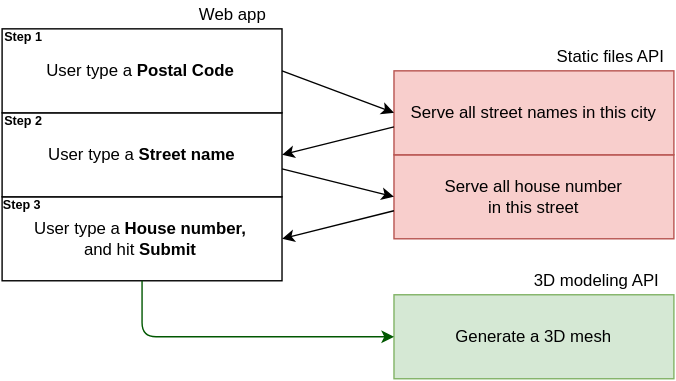
Earlier version of the draw.io export doc/form_seemless_geocoding.svg (Joffreybvn/3D_houses). Source tidied: cells renumbered, new cells last; positions are measured from the earlier drawing's top-left corner, leaving out a move shared by most shapes. The source it was exported from:
```xml
<mxGraphModel>
  <root>
    <mxCell id="0" />
    <mxCell id="1" parent="0" />
    <mxCell id="2" style="rounded=0;whiteSpace=wrap;html=1;fillColor=#f8cecc;strokeColor=#b85450;" parent="1" vertex="1">
      <mxGeometry x="281" y="110" width="200" height="60" as="geometry" />
    </mxCell>
    <mxCell id="3" style="rounded=0;whiteSpace=wrap;html=1;" parent="1" vertex="1">
      <mxGeometry x="1" y="140" width="200" height="60" as="geometry" />
    </mxCell>
    <mxCell id="4" style="rounded=0;whiteSpace=wrap;html=1;" parent="1" vertex="1">
      <mxGeometry x="1" y="80" width="200" height="60" as="geometry" />
    </mxCell>
    <mxCell id="5" style="rounded=0;whiteSpace=wrap;html=1;" parent="1" vertex="1">
      <mxGeometry x="1" y="20" width="200" height="60" as="geometry" />
    </mxCell>
    <mxCell id="6" style="rounded=0;whiteSpace=wrap;html=1;fillColor=#f8cecc;strokeColor=#b85450;" parent="1" vertex="1">
      <mxGeometry x="281" y="50" width="200" height="60" as="geometry" />
    </mxCell>
    <mxCell id="7" value="User type a &lt;b&gt;Postal Code&lt;/b&gt;" style="text;html=1;strokeColor=none;fillColor=none;align=center;verticalAlign=middle;whiteSpace=wrap;rounded=0;" parent="1" vertex="1">
      <mxGeometry y="40" width="200" height="20" as="geometry" />
    </mxCell>
    <mxCell id="8" value="Web app" style="text;html=1;strokeColor=none;fillColor=none;align=center;verticalAlign=middle;whiteSpace=wrap;rounded=0;" parent="1" vertex="1">
      <mxGeometry x="131" width="70" height="20" as="geometry" />
    </mxCell>
    <mxCell id="9" value="Static files API" style="text;html=1;strokeColor=none;fillColor=none;align=center;verticalAlign=middle;whiteSpace=wrap;rounded=0;" parent="1" vertex="1">
      <mxGeometry x="391" y="30" width="90" height="20" as="geometry" />
    </mxCell>
    <mxCell id="10" style="endArrow=classic;html=1;entryX=0;entryY=0.5;entryDx=0;entryDy=0;" parent="1" edge="1" target="11">
      <mxGeometry relative="1" as="geometry">
        <mxPoint x="201" y="50" as="sourcePoint" />
      </mxGeometry>
    </mxCell>
    <mxCell id="11" value="Serve all street names in this city" style="text;html=1;strokeColor=none;fillColor=none;align=center;verticalAlign=middle;whiteSpace=wrap;rounded=0;" parent="1" vertex="1">
      <mxGeometry x="281" y="70" width="200" height="20" as="geometry" />
    </mxCell>
    <mxCell id="12" style="endArrow=classic;html=1;exitX=0;exitY=1;exitDx=0;exitDy=0;entryX=1;entryY=0.5;entryDx=0;entryDy=0;" parent="1" edge="1" source="11" target="13">
      <mxGeometry relative="1" as="geometry" />
    </mxCell>
    <mxCell id="13" value="User type a &lt;b&gt;Street name&lt;/b&gt;" style="text;html=1;strokeColor=none;fillColor=none;align=center;verticalAlign=middle;whiteSpace=wrap;rounded=0;" parent="1" vertex="1">
      <mxGeometry x="1" y="100" width="200" height="20" as="geometry" />
    </mxCell>
    <mxCell id="14" style="endArrow=classic;html=1;exitX=1;exitY=0.5;exitDx=0;exitDy=0;entryX=0;entryY=0.5;entryDx=0;entryDy=0;" parent="1" edge="1">
      <mxGeometry relative="1" as="geometry">
        <mxPoint x="201" y="120" as="sourcePoint" />
        <mxPoint x="281" y="140" as="targetPoint" />
      </mxGeometry>
    </mxCell>
    <mxCell id="15" style="endArrow=classic;html=1;exitX=0;exitY=1;exitDx=0;exitDy=0;entryX=1;entryY=0.25;entryDx=0;entryDy=0;" parent="1" edge="1">
      <mxGeometry relative="1" as="geometry">
        <mxPoint x="281" y="150" as="sourcePoint" />
        <mxPoint x="201" y="170" as="targetPoint" />
      </mxGeometry>
    </mxCell>
    <mxCell id="16" value="Serve all house number&lt;br&gt;in this street" style="text;html=1;strokeColor=none;fillColor=none;align=center;verticalAlign=middle;whiteSpace=wrap;rounded=0;" parent="1" vertex="1">
      <mxGeometry x="281" y="125" width="200" height="30" as="geometry" />
    </mxCell>
    <mxCell id="17" value="User type a &lt;b&gt;House number,&lt;/b&gt;&lt;br&gt;and hit &lt;b&gt;Submit&lt;br&gt;&lt;/b&gt;" style="text;html=1;strokeColor=none;fillColor=none;align=center;verticalAlign=middle;whiteSpace=wrap;rounded=0;" parent="1" vertex="1">
      <mxGeometry y="160" width="200" height="20" as="geometry" />
    </mxCell>
    <mxCell id="18" style="rounded=0;whiteSpace=wrap;html=1;fillColor=#d5e8d4;strokeColor=#82b366;" parent="1" vertex="1">
      <mxGeometry x="281" y="210" width="200" height="60" as="geometry" />
    </mxCell>
    <mxCell id="19" value="3D modeling API" style="text;html=1;strokeColor=none;fillColor=none;align=center;verticalAlign=middle;whiteSpace=wrap;rounded=0;" parent="1" vertex="1">
      <mxGeometry x="371" y="190" width="110" height="20" as="geometry" />
    </mxCell>
    <mxCell id="20" style="endArrow=classic;html=1;exitX=0.5;exitY=1;exitDx=0;exitDy=0;entryX=0;entryY=0.5;entryDx=0;entryDy=0;fillColor=#008a00;strokeColor=#005700;" parent="1" edge="1" source="3" target="18">
      <mxGeometry relative="1" as="geometry">
        <Array as="points">
          <mxPoint x="101" y="240" />
        </Array>
      </mxGeometry>
    </mxCell>
    <mxCell id="21" value="&lt;font style=&quot;font-size: 9px&quot;&gt;&lt;b&gt;Step 1&lt;/b&gt;&lt;/font&gt;" style="text;html=1;strokeColor=none;fillColor=none;align=left;verticalAlign=middle;whiteSpace=wrap;rounded=0;" parent="1" vertex="1">
      <mxGeometry x="1" y="20" width="50" height="10" as="geometry" />
    </mxCell>
    <mxCell id="22" value="&lt;font style=&quot;font-size: 9px&quot;&gt;&lt;b&gt;Step 2&lt;/b&gt;&lt;/font&gt;" style="text;html=1;strokeColor=none;fillColor=none;align=left;verticalAlign=middle;whiteSpace=wrap;rounded=0;" parent="1" vertex="1">
      <mxGeometry x="1" y="80" width="50" height="10" as="geometry" />
    </mxCell>
    <mxCell id="23" value="&lt;font style=&quot;font-size: 9px&quot;&gt;&lt;b&gt;Step 3&lt;/b&gt;&lt;/font&gt;" style="text;html=1;strokeColor=none;fillColor=none;align=left;verticalAlign=middle;whiteSpace=wrap;rounded=0;" parent="1" vertex="1">
      <mxGeometry y="140" width="50" height="10" as="geometry" />
    </mxCell>
    <mxCell id="24" value="Generate a 3D mesh" style="text;html=1;strokeColor=none;fillColor=none;align=center;verticalAlign=middle;whiteSpace=wrap;rounded=0;" parent="1" vertex="1">
      <mxGeometry x="281" y="225" width="200" height="30" as="geometry" />
    </mxCell>
  </root>
</mxGraphModel>
```
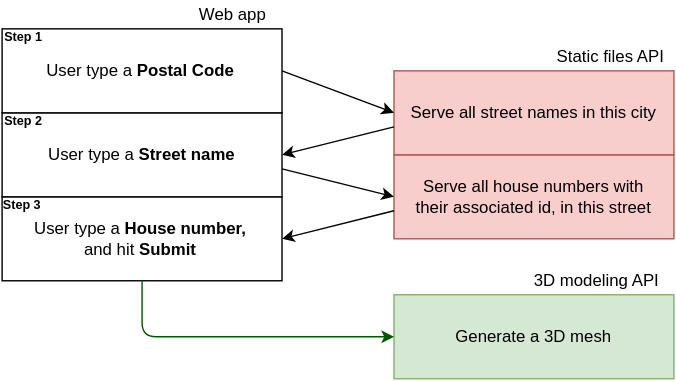
After the commit.

What changed in the source:
```diff
@@ -52,7 +52,7 @@
         <mxPoint x="201" y="170" as="targetPoint" />
       </mxGeometry>
     </mxCell>
-    <mxCell id="16" value="Serve all house number&lt;br&gt;in this street" style="text;html=1;strokeColor=none;fillColor=none;align=center;verticalAlign=middle;whiteSpace=wrap;rounded=0;" parent="1" vertex="1">
+    <mxCell id="16" value="Serve all house numbers with&lt;br&gt;their associated id, in this street" style="text;html=1;strokeColor=none;fillColor=none;align=center;verticalAlign=middle;whiteSpace=wrap;rounded=0;" parent="1" vertex="1">
       <mxGeometry x="281" y="125" width="200" height="30" as="geometry" />
     </mxCell>
     <mxCell id="17" value="User type a &lt;b&gt;House number,&lt;/b&gt;&lt;br&gt;and hit &lt;b&gt;Submit&lt;br&gt;&lt;/b&gt;" style="text;html=1;strokeColor=none;fillColor=none;align=center;verticalAlign=middle;whiteSpace=wrap;rounded=0;" parent="1" vertex="1">
```
